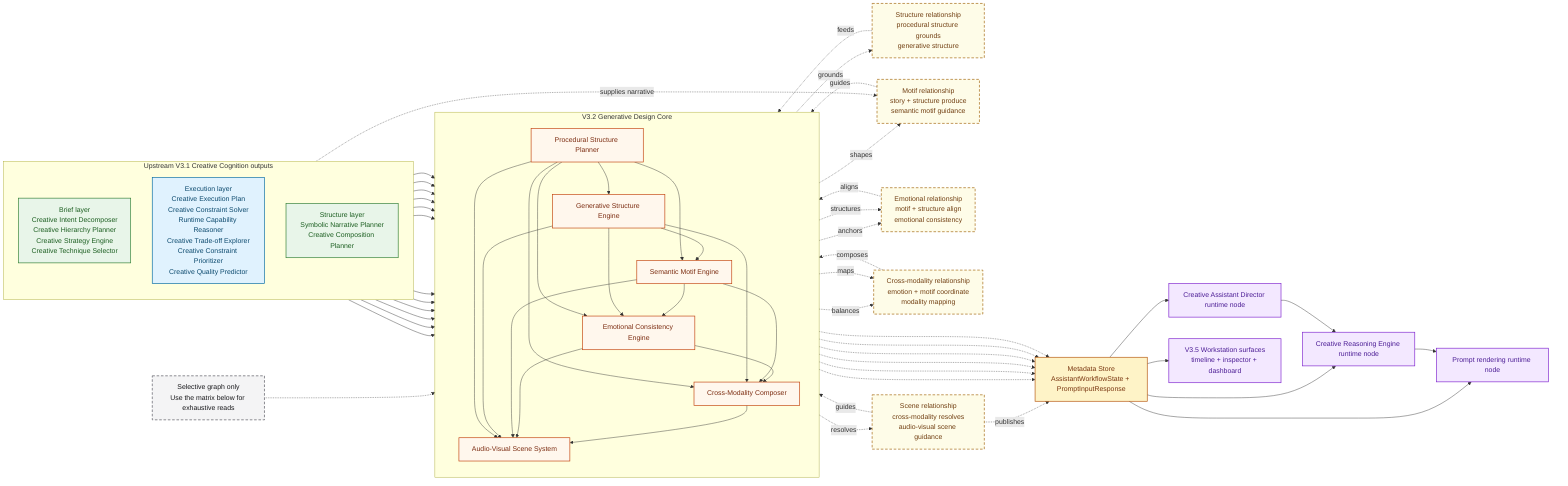
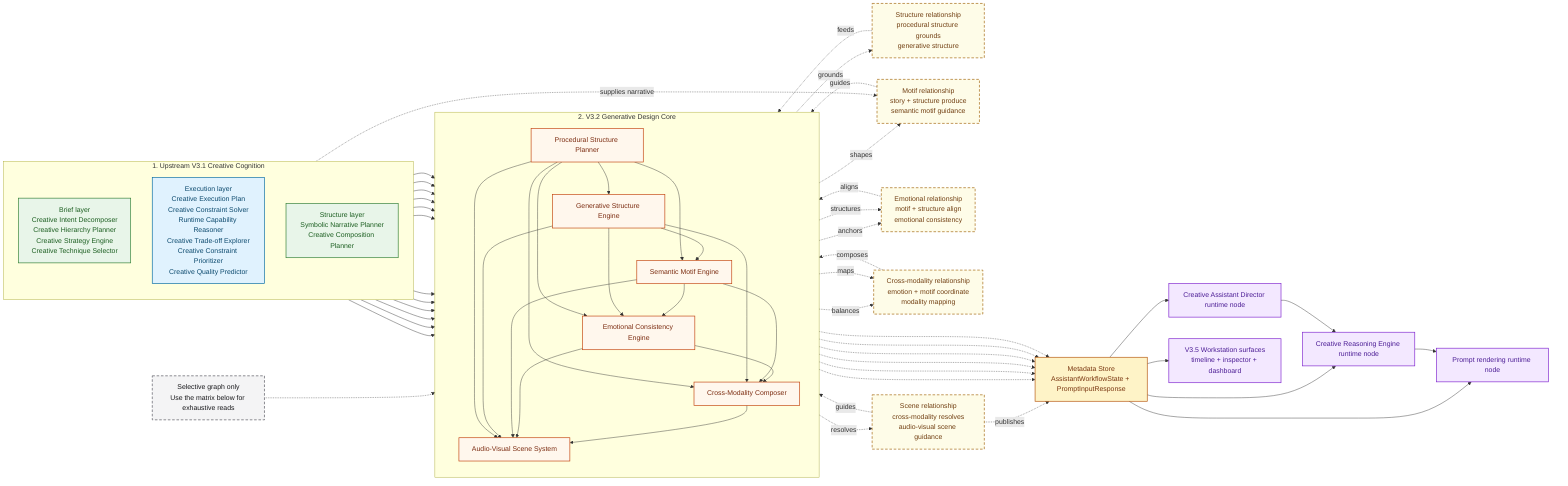
flowchart LR
    %% Class palette
    classDef upstream fill:#E8F5E9,stroke:#2E7D32,color:#1B5E20,stroke-width:1.5px;
    classDef bundle fill:#E0F2FE,stroke:#0369A1,color:#0C4A6E,stroke-width:1.5px;
    classDef design fill:#FFF7ED,stroke:#C2410C,color:#7C2D12,stroke-width:1.5px;
    classDef store fill:#FEF3C7,stroke:#B45309,color:#78350F,stroke-width:1.5px;
    classDef consumer fill:#F3E8FF,stroke:#7E22CE,color:#4C1D95,stroke-width:1.5px;
    classDef note fill:#F4F4F5,stroke:#52525B,color:#18181B,stroke-width:1.5px,stroke-dasharray: 6 4;
    classDef relationship fill:#FEFCE8,stroke:#A16207,color:#713F12,stroke-width:1.5px,stroke-dasharray: 6 4;

    %% Upstream cognition groups
-     subgraph upstream_core["Upstream V3.1 Creative Cognition outputs"]
+     subgraph upstream_core["1. Upstream V3.1 Creative Cognition"]
        direction TB
        brief["Brief layer<br/>Creative Intent Decomposer<br/>Creative Hierarchy Planner<br/>Creative Strategy Engine<br/>Creative Technique Selector"]:::upstream
        execution["Execution layer<br/>Creative Execution Plan<br/>Creative Constraint Solver<br/>Runtime Capability Reasoner<br/>Creative Trade-off Explorer<br/>Creative Constraint Prioritizer<br/>Creative Quality Predictor"]:::bundle
        story["Structure layer<br/>Symbolic Narrative Planner<br/>Creative Composition Planner"]:::upstream
    end

    %% Generative design capabilities
-     subgraph design_core["V3.2 Generative Design Core"]
+     subgraph design_core["2. V3.2 Generative Design Core"]
        direction TB
        procedural["Procedural Structure Planner"]:::design
        generative["Generative Structure Engine"]:::design
        motif["Semantic Motif Engine"]:::design
        emotion["Emotional Consistency Engine"]:::design
        cross["Cross-Modality Composer"]:::design
        scene["Audio-Visual Scene System"]:::design
    end

    %% Runtime metadata consumers
    metadata_store["Metadata Store<br/>AssistantWorkflowState + PromptInputResponse"]:::store
    director["Creative Assistant Director runtime node"]:::consumer
    reasoning["Creative Reasoning Engine runtime node"]:::consumer
    prompt_rendering["Prompt rendering runtime node"]:::consumer
    workstation["V3.5 Workstation surfaces<br/>timeline + inspector + dashboard"]:::consumer
    note["Selective graph only<br/>Use the matrix below for exhaustive reads"]:::note
    structure_boundary["Structure relationship<br/>procedural structure grounds<br/>generative structure"]:::relationship
    motif_boundary["Motif relationship<br/>story + structure produce<br/>semantic motif guidance"]:::relationship
    emotion_boundary["Emotional relationship<br/>motif + structure align<br/>emotional consistency"]:::relationship
    modality_boundary["Cross-modality relationship<br/>emotion + motif coordinate<br/>modality mapping"]:::relationship
    scene_boundary["Scene relationship<br/>cross-modality resolves<br/>audio-visual scene guidance"]:::relationship

    %% Upstream dependencies
    brief --> procedural
    execution --> procedural
    story --> procedural

    execution --> generative
    story --> generative
    procedural --> generative

    story --> motif
    procedural --> motif
    generative --> motif

    execution --> emotion
    story --> emotion
    procedural --> emotion
    generative --> emotion
    motif --> emotion

    execution --> cross
    story --> cross
    procedural --> cross
    generative --> cross
    motif --> cross
    emotion --> cross

    execution --> scene
    story --> scene
    procedural --> scene
    generative --> scene
    motif --> scene
    emotion --> scene
    cross --> scene

    %% Metadata publication
    procedural -.-> metadata_store
    generative -.-> metadata_store
    motif -.-> metadata_store
    emotion -.-> metadata_store
    cross -.-> metadata_store
    scene -.-> metadata_store

    %% Runtime consumers
    metadata_store --> director
    metadata_store --> reasoning
    metadata_store --> prompt_rendering
    metadata_store --> workstation
    director --> reasoning --> prompt_rendering
    note -.-> design_core

    %% Relationship annotations
    procedural -. grounds .-> structure_boundary
    structure_boundary -. feeds .-> generative
    generative -. shapes .-> motif_boundary
    story -. supplies narrative .-> motif_boundary
    motif_boundary -. guides .-> motif
    motif -. anchors .-> emotion_boundary
    generative -. structures .-> emotion_boundary
    emotion_boundary -. aligns .-> emotion
    emotion -. balances .-> modality_boundary
    motif -. maps .-> modality_boundary
    modality_boundary -. composes .-> cross
    cross -. resolves .-> scene_boundary
    scene_boundary -. guides .-> scene
    scene_boundary -. publishes .-> metadata_store
